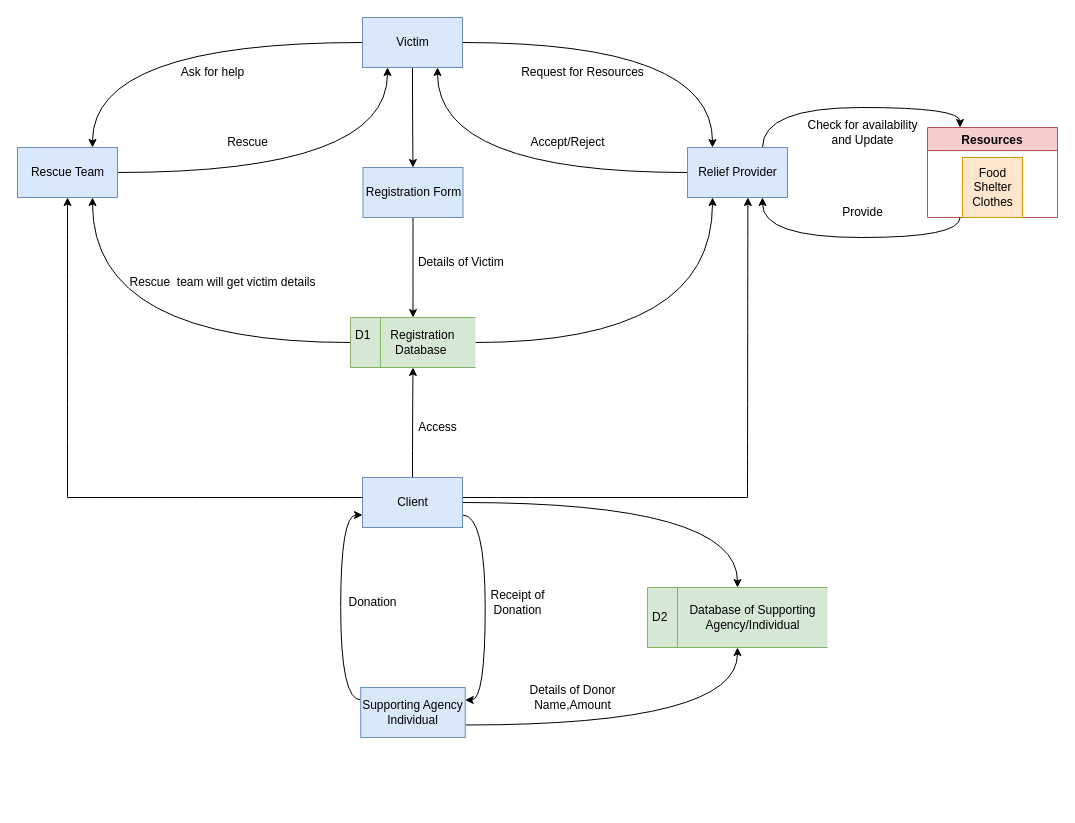
The draw.io diagram Untitled Diagram.drawio in ShubhamJejurkar98/Repository1, before the edit. Source tidied: cells renumbered, new cells numbered last; positions are measured from the earlier drawing's top-left corner, leaving out a move shared by most shapes. Both pictures are drawn from the tidied source at 100%, with x=0, y=0 at pixel (17, 17).
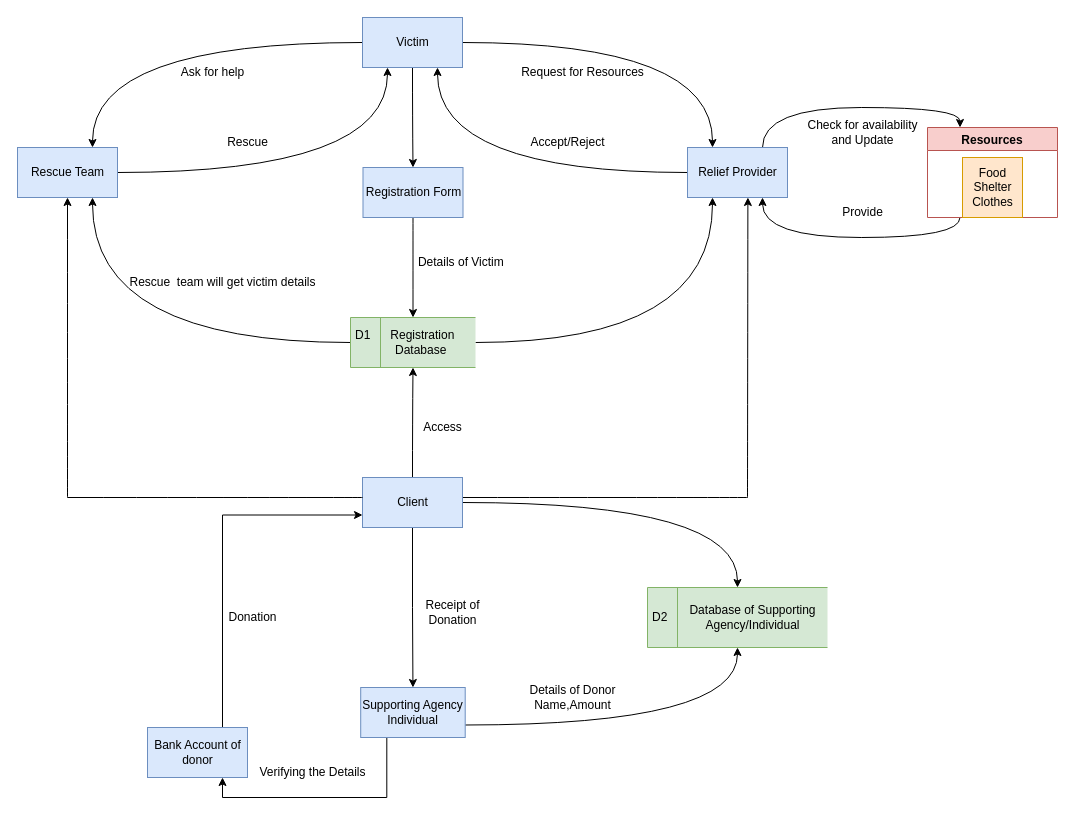
The same diagram, later.

The change refers to these unchanged cells:
```xml
<mxCell id="29" value="Client" style="html=1;dashed=0;whitespace=wrap;fillColor=#dae8fc;strokeColor=#6c8ebf;" parent="1" vertex="1">
  <mxGeometry x="345" y="460" width="100" height="50" as="geometry" />
</mxCell>
<mxCell id="36" value="Supporting Agency&lt;br&gt;Individual" style="html=1;dashed=0;whitespace=wrap;fillColor=#dae8fc;strokeColor=#6c8ebf;" parent="1" vertex="1">
  <mxGeometry x="343.2" y="670" width="104.5" height="50" as="geometry" />
</mxCell>
```

Diff of the diagram source:
```diff
@@
-    <mxCell id="26" style="edgeStyle=orthogonalEdgeStyle;curved=1;rounded=0;jettySize=auto;html=1;exitX=1;exitY=0.75;exitDx=0;exitDy=0;entryX=1;entryY=0.25;entryDx=0;entryDy=0;" parent="1" edge="1" source="29" target="36">
-      <mxGeometry relative="1" as="geometry" />
-    </mxCell>
@@
+    <mxCell id="26" style="edgeStyle=orthogonalEdgeStyle;rounded=0;jettySize=auto;html=1;exitX=0.5;exitY=1;exitDx=0;exitDy=0;entryX=0.5;entryY=0;entryDx=0;entryDy=0;" parent="1" edge="1" source="29" target="36">
+      <mxGeometry relative="1" as="geometry" />
+    </mxCell>
@@
-    <mxCell id="34" style="edgeStyle=orthogonalEdgeStyle;curved=1;rounded=0;jettySize=auto;html=1;exitX=0;exitY=0.25;exitDx=0;exitDy=0;entryX=0;entryY=0.75;entryDx=0;entryDy=0;" parent="1" edge="1" source="36" target="29">
-      <mxGeometry relative="1" as="geometry" />
-    </mxCell>
@@
+    <mxCell id="44" style="edgeStyle=orthogonalEdgeStyle;rounded=0;jettySize=auto;html=1;exitX=0.25;exitY=1;exitDx=0;exitDy=0;entryX=0.75;entryY=1;entryDx=0;entryDy=0;" parent="1" edge="1" source="36" target="46">
+      <mxGeometry relative="1" as="geometry" />
+    </mxCell>
@@
     <mxCell id="38" value="Donation" style="text;html=1;align=center;verticalAlign=middle;fillColor=none;strokeColor=none;rounded=0;" parent="1" vertex="1">
-      <mxGeometry x="320" y="570" width="70" height="30" as="geometry" />
+      <mxGeometry x="200" y="585" width="70" height="30" as="geometry" />
     </mxCell>
     <mxCell id="39" value="Receipt of &lt;br&gt;Donation" style="text;html=1;align=center;verticalAlign=middle;fillColor=none;strokeColor=none;rounded=0;" parent="1" vertex="1">
-      <mxGeometry x="460" y="565" width="80" height="40" as="geometry" />
+      <mxGeometry x="395" y="575" width="80" height="40" as="geometry" />
     </mxCell>
@@
     <mxCell id="42" value="Access" style="text;html=1;align=center;verticalAlign=middle;fillColor=none;strokeColor=none;rounded=0;" parent="1" vertex="1">
-      <mxGeometry x="390" y="395" width="60" height="30" as="geometry" />
+      <mxGeometry x="395" y="395" width="60" height="30" as="geometry" />
     </mxCell>
@@
+    <mxCell id="45" style="edgeStyle=orthogonalEdgeStyle;rounded=0;jettySize=auto;html=1;exitX=0.75;exitY=0;exitDx=0;exitDy=0;entryX=0;entryY=0.75;entryDx=0;entryDy=0;" parent="1" edge="1" source="46" target="29">
+      <mxGeometry relative="1" as="geometry" />
+    </mxCell>
+    <mxCell id="46" value="Bank Account of &lt;br&gt;donor" style="html=1;dashed=0;whitespace=wrap;fillColor=#dae8fc;strokeColor=#6c8ebf;" parent="1" vertex="1">
+      <mxGeometry x="130" y="710" width="100" height="50" as="geometry" />
+    </mxCell>
+    <mxCell id="47" value="Verifying the Details" style="text;html=1;align=center;verticalAlign=middle;fillColor=none;strokeColor=none;rounded=0;" parent="1" vertex="1">
+      <mxGeometry x="230" y="740" width="130" height="30" as="geometry" />
+    </mxCell>
```
